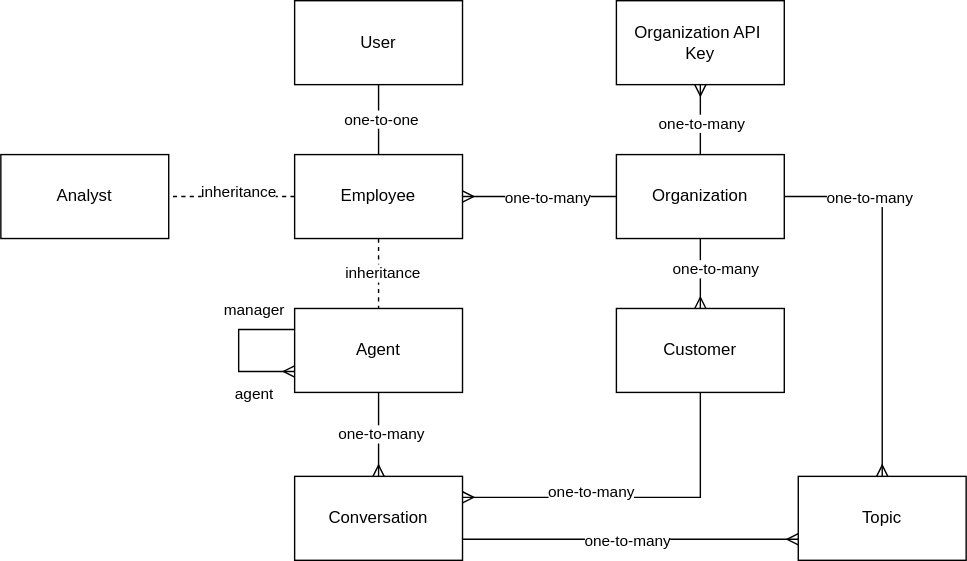
The draw.io diagram docs/images/Application_Data_Model.drawio.svg in TellMeCH/tellme-app, before a commit. Source tidied: cells renumbered, new cells last; positions are measured from the earlier drawing's top-left corner, leaving out a move shared by most shapes.
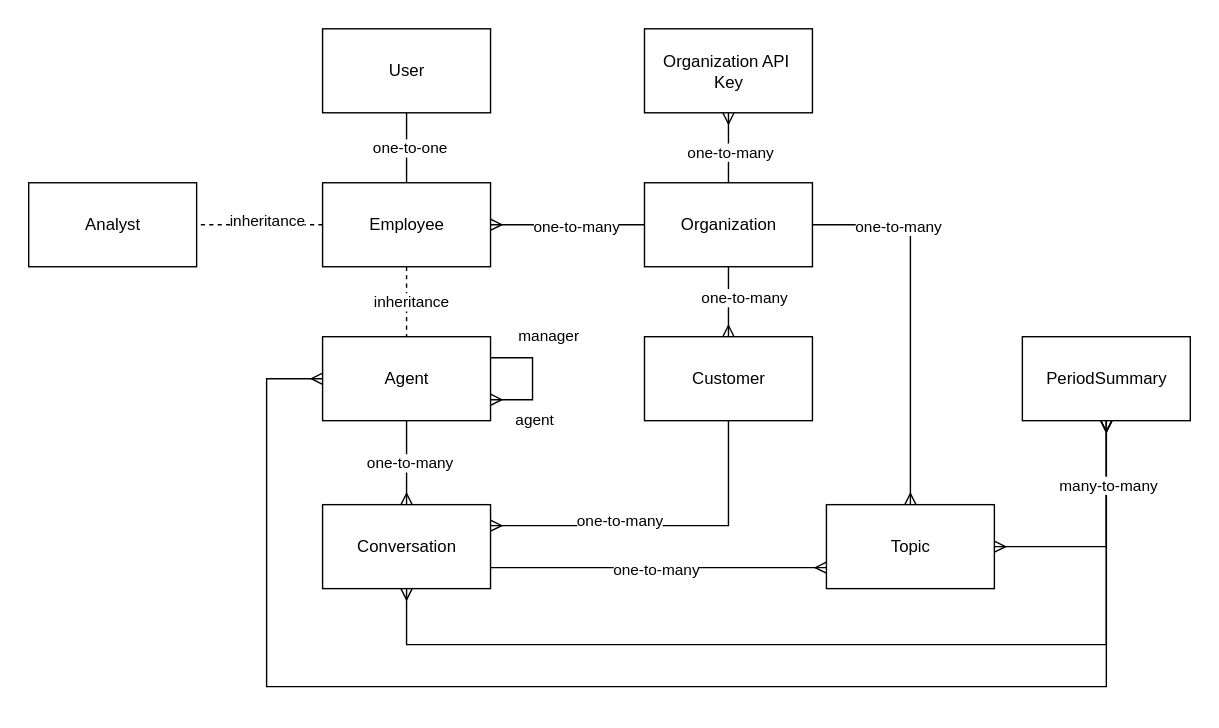
After the commit.

Commit message:
Updated data model to include PeriodSummary

The edit, as a diff of the source:
```diff
@@ -77,22 +77,22 @@
     <mxCell id="20" value="Topic" style="rounded=0;whiteSpace=wrap;html=1;" parent="1" vertex="1">
       <mxGeometry x="570" y="340" width="120" height="60" as="geometry" />
     </mxCell>
-    <mxCell id="21" style="edgeStyle=orthogonalEdgeStyle;rounded=0;orthogonalLoop=1;jettySize=auto;html=1;exitX=0;exitY=0.25;exitDx=0;exitDy=0;entryX=0;entryY=0.75;entryDx=0;entryDy=0;endArrow=ERmany;endFill=0;" parent="1" edge="1" source="13" target="13">
+    <mxCell id="21" style="edgeStyle=orthogonalEdgeStyle;rounded=0;orthogonalLoop=1;jettySize=auto;html=1;exitX=1;exitY=0.25;exitDx=0;exitDy=0;entryX=1;entryY=0.75;entryDx=0;entryDy=0;endArrow=ERmany;endFill=0;" parent="1" edge="1" source="13" target="13">
       <mxGeometry relative="1" as="geometry">
         <Array as="points">
-          <mxPoint x="170" y="235" />
-          <mxPoint x="170" y="265" />
+          <mxPoint x="360" y="235" />
+          <mxPoint x="360" y="265" />
         </Array>
       </mxGeometry>
     </mxCell>
     <mxCell id="22" value="manager" style="edgeLabel;html=1;align=center;verticalAlign=middle;" parent="21" vertex="1">
       <mxGeometry x="-0.53" y="1" relative="1" as="geometry">
-        <mxPoint x="-4" y="-16" as="offset" />
+        <mxPoint x="19" y="-16" as="offset" />
       </mxGeometry>
     </mxCell>
     <mxCell id="23" value="agent" style="edgeLabel;html=1;align=center;verticalAlign=middle;" parent="21" vertex="1">
       <mxGeometry x="0.54" y="-1" relative="1" as="geometry">
-        <mxPoint x="-5" y="14" as="offset" />
+        <mxPoint x="9" y="14" as="offset" />
       </mxGeometry>
     </mxCell>
     <mxCell id="24" style="edgeStyle=orthogonalEdgeStyle;rounded=0;jettySize=auto;html=1;exitX=0.5;exitY=1;exitDx=0;exitDy=0;entryX=0.5;entryY=0;entryDx=0;entryDy=0;endArrow=none;endFill=0;dashed=1;" parent="1" edge="1" source="27" target="13">
@@ -127,5 +127,33 @@
     <mxCell id="33" value="Organization API&amp;nbsp;&lt;div&gt;Key&lt;/div&gt;" style="rounded=0;whiteSpace=wrap;html=1;" parent="1" vertex="1">
       <mxGeometry x="440" width="120" height="60" as="geometry" />
     </mxCell>
+    <mxCell id="34" style="edgeStyle=orthogonalEdgeStyle;rounded=0;jettySize=auto;html=1;entryX=1;entryY=0.5;entryDx=0;entryDy=0;exitX=0.5;exitY=1;exitDx=0;exitDy=0;startArrow=ERmany;startFill=0;endArrow=ERmany;endFill=0;" parent="1" edge="1" source="38" target="20">
+      <mxGeometry relative="1" as="geometry" />
+    </mxCell>
+    <mxCell id="35" style="edgeStyle=orthogonalEdgeStyle;rounded=0;jettySize=auto;html=1;entryX=0.5;entryY=1;entryDx=0;entryDy=0;startArrow=ERmany;startFill=0;endArrow=ERmany;endFill=0;" parent="1" edge="1" source="38" target="19">
+      <mxGeometry relative="1" as="geometry">
+        <Array as="points">
+          <mxPoint x="770" y="440" />
+          <mxPoint x="270" y="440" />
+        </Array>
+      </mxGeometry>
+    </mxCell>
+    <mxCell id="36" style="edgeStyle=orthogonalEdgeStyle;rounded=0;jettySize=auto;html=1;entryX=0;entryY=0.5;entryDx=0;entryDy=0;startArrow=ERmany;startFill=0;endArrow=ERmany;endFill=0;" parent="1" edge="1" source="38" target="13">
+      <mxGeometry relative="1" as="geometry">
+        <Array as="points">
+          <mxPoint x="770" y="470" />
+          <mxPoint x="170" y="470" />
+          <mxPoint x="170" y="250" />
+        </Array>
+      </mxGeometry>
+    </mxCell>
+    <mxCell id="37" value="many-to-many" style="edgeLabel;html=1;align=center;verticalAlign=middle;" parent="36" vertex="1">
+      <mxGeometry x="-0.91" y="2" relative="1" as="geometry">
+        <mxPoint x="-2" as="offset" />
+      </mxGeometry>
+    </mxCell>
+    <mxCell id="38" value="PeriodSummary" style="rounded=0;whiteSpace=wrap;html=1;" parent="1" vertex="1">
+      <mxGeometry x="710" y="220" width="120" height="60" as="geometry" />
+    </mxCell>
   </root>
 </mxGraphModel>
```
